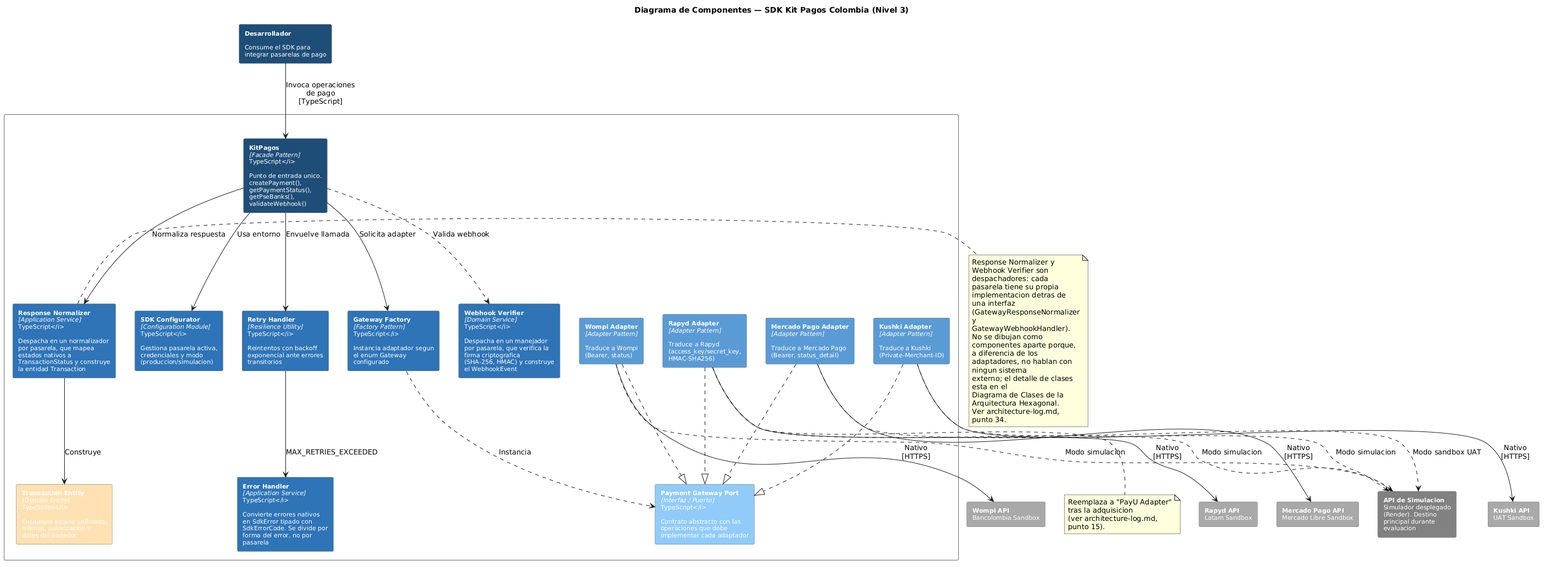
This is docs/architecture/SDK/Component Diagram - C4.png from PurosBrothers/Kit-Pagos-Colombia---Tesis, a PlantUML export, as it was before one commit.
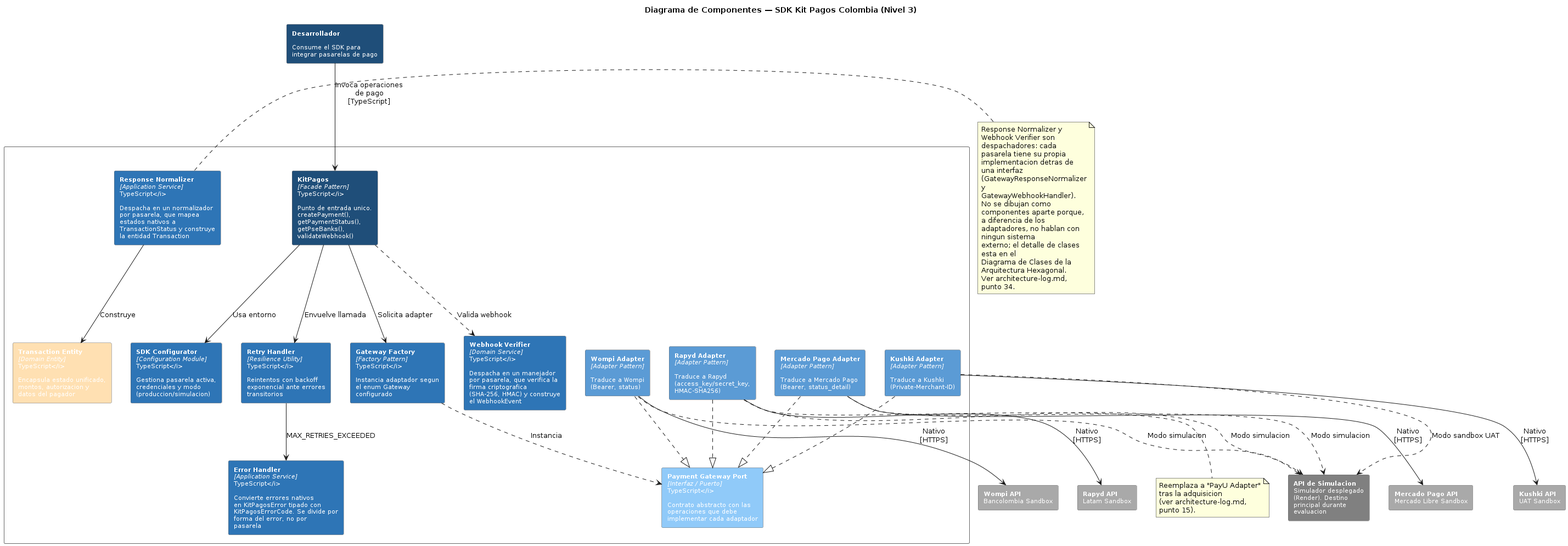
The same diagram one commit later.

What changed in the source:
```diff
@@ -19,7 +19,7 @@
 
   rectangle "**Response Normalizer**\n<i>[Application Service]\nTypeScript</i>\n\nDespacha en un normalizador\npor pasarela, que mapea\nestados nativos a\nTransactionStatus y construye\nla entidad Transaction" as Normalizer #2E75B6
   rectangle "**Retry Handler**\n<i>[Resilience Utility]\nTypeScript</i>\n\nReintentos con backoff\nexponencial ante errores\ntransitorios" as Retry #2E75B6
-  rectangle "**Error Handler**\n<i>[Application Service]\nTypeScript</i>\n\nConvierte errores nativos\nen SdkError tipado con\nSdkErrorCode. Se divide por\nforma del error, no por\npasarela" as ErrorHandler #2E75B6
+  rectangle "**Error Handler**\n<i>[Application Service]\nTypeScript</i>\n\nConvierte errores nativos\nen KitPagosError tipado con\nKitPagosErrorCode. Se divide por\nforma del error, no por\npasarela" as ErrorHandler #2E75B6
   rectangle "**Webhook Verifier**\n<i>[Domain Service]\nTypeScript</i>\n\nDespacha en un manejador\npor pasarela, que verifica la\nfirma criptografica\n(SHA-256, HMAC) y construye\nel WebhookEvent" as Webhook #2E75B6
   rectangle "**Transaction Entity**\n<i>[Domain Entity]\nTypeScript</i>\n\nEncapsula estado unificado,\nmontos, autorizacion y\ndatos del pagador" as Transaction #FFE0B2
 
@@ -41,7 +41,6 @@
 Facade --> Factory : Solicita adapter
 Facade --> Retry : Envuelve llamada
 Facade ..> Webhook : Valida webhook
-Facade --> Normalizer : Normaliza respuesta
 Factory ..> Port : Instancia
 
 WompiAdapter ..|> Port
```
